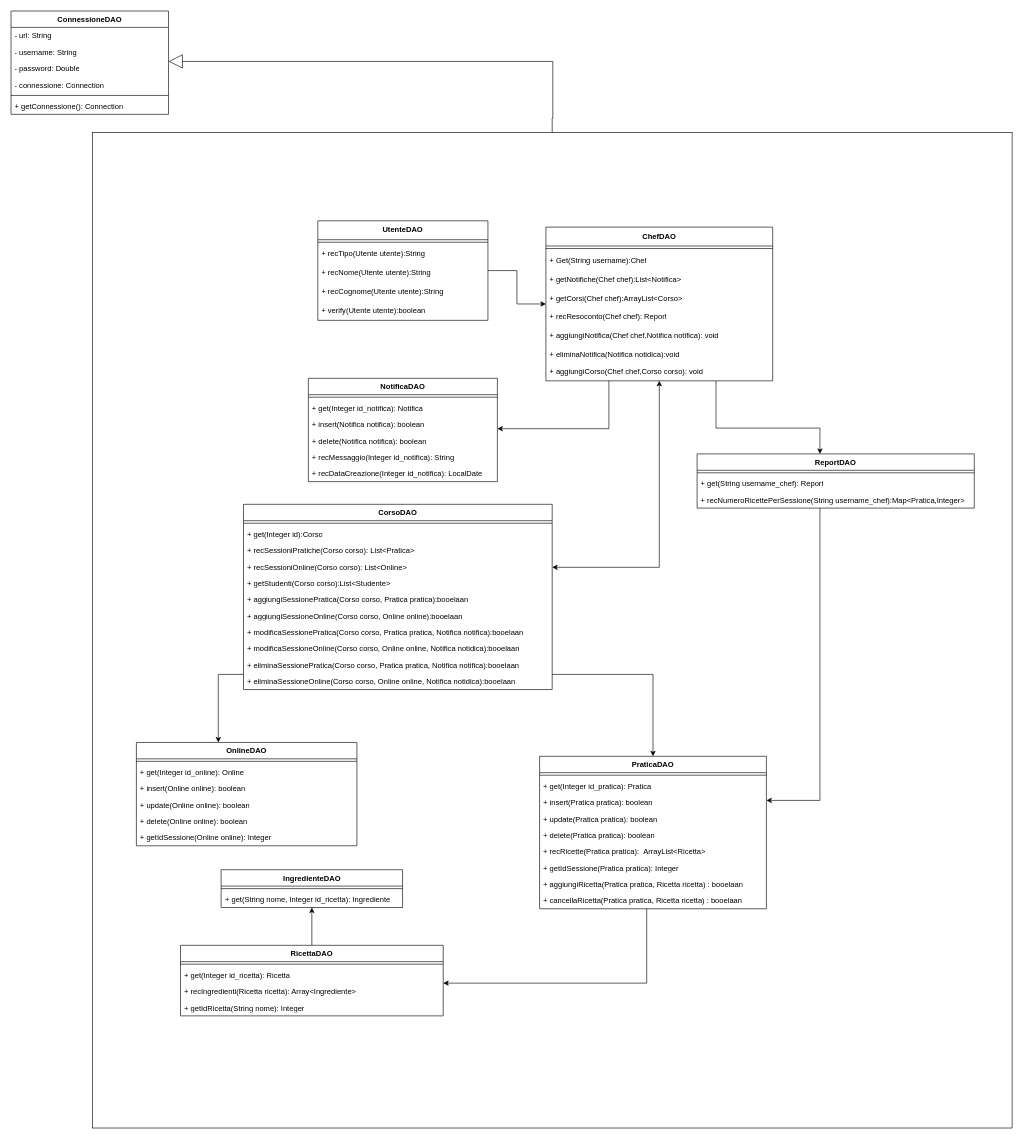
Before: page "dao" (2 of 3) of obj/uml/UML1.drawio in MetisWastaken/UninaFoodLab, a draw.io diagram. Source tidied: cells renumbered, new cells numbered last; positions are measured from the earlier drawing's top-left corner, leaving out a move shared by most shapes. Both pictures are drawn from the tidied source at 63%, with x=0, y=0 at pixel (11, 11).
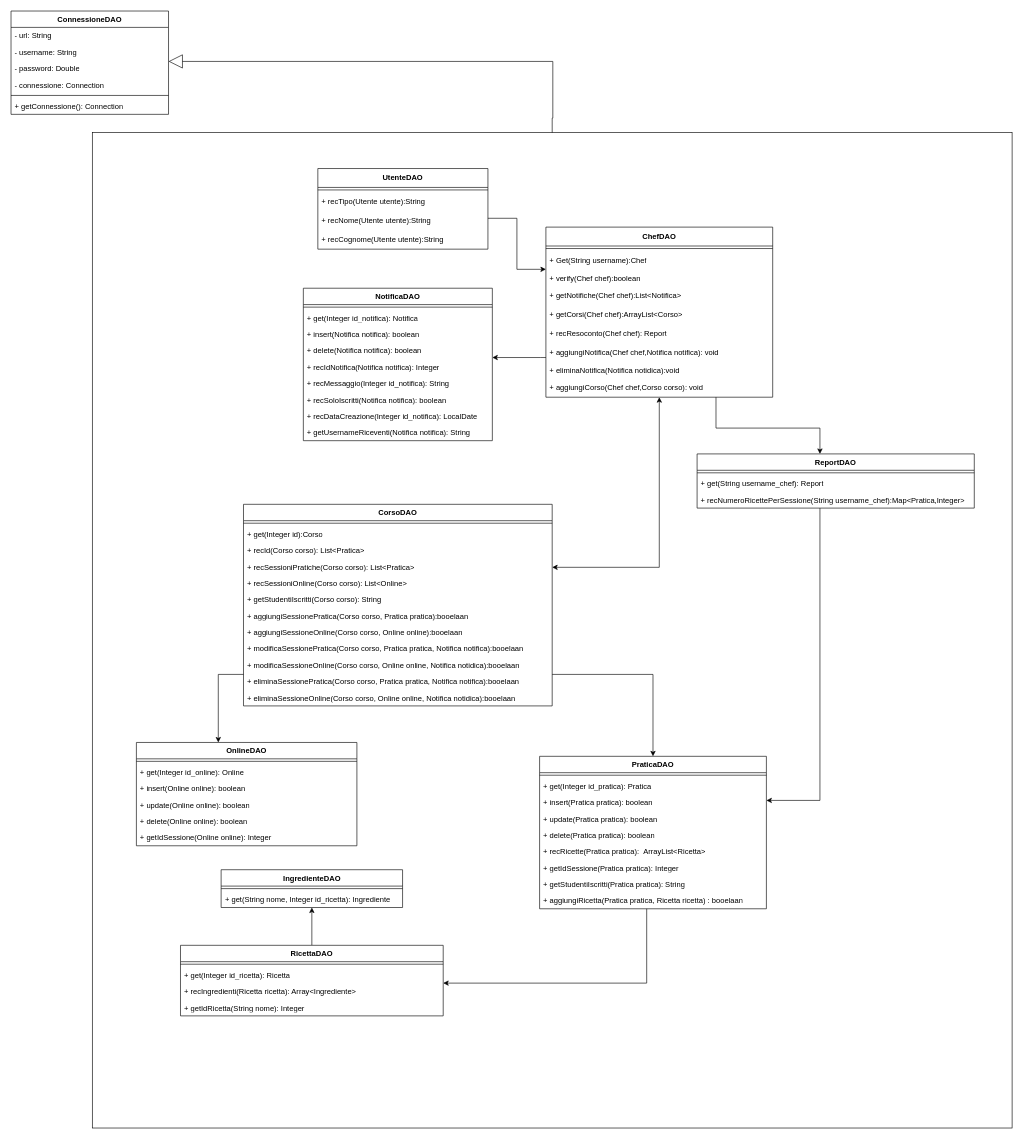
The same diagram, later.

The change refers to these unchanged cells:
```xml
<mxCell id="28" value="PraticaDAO" style="swimlane;align=center;verticalAlign=top;horizontal=1;startSize=26;whiteSpace=wrap;html=1;" parent="1" vertex="1">
  <mxGeometry x="839" y="1183" width="360" height="242" as="geometry" />
</mxCell>
```

What changed in the source:
```diff
@@
+    <mxCell id="83" value="+ getStudentiIscritti(Pratica pratica): String" style="text;strokeColor=none;fillColor=none;align=left;verticalAlign=top;spacingLeft=4;spacingRight=4;overflow=hidden;whiteSpace=wrap;html=1;" parent="28" vertex="1">
+      <mxGeometry y="190" width="360" height="26" as="geometry" />
+    </mxCell>
     <mxCell id="36" value="+ aggiungiRicetta(Pratica pratica, Ricetta ricetta) : booelaan" style="text;strokeColor=none;fillColor=none;align=left;verticalAlign=top;spacingLeft=4;spacingRight=4;overflow=hidden;whiteSpace=wrap;html=1;" parent="28" vertex="1">
-      <mxGeometry y="190" width="360" height="26" as="geometry" />
+      <mxGeometry y="216" width="360" height="26" as="geometry" />
     </mxCell>
-    <mxCell id="37" value="+ cancellaRicetta(Pratica pratica, Ricetta ricetta) : booelaan" style="text;strokeColor=none;fillColor=none;align=left;verticalAlign=top;spacingLeft=4;spacingRight=4;overflow=hidden;whiteSpace=wrap;html=1;" parent="28" vertex="1">
-      <mxGeometry y="216" width="360" height="26" as="geometry" />
-    </mxCell>
@@
     <mxCell id="41" value="CorsoDAO" style="swimlane;align=center;verticalAlign=top;horizontal=1;startSize=26;whiteSpace=wrap;html=1;" parent="1" vertex="1">
-      <mxGeometry x="369" y="783" width="490" height="294" as="geometry" />
+      <mxGeometry x="369" y="783" width="490" height="320" as="geometry" />
     </mxCell>
@@
+    <mxCell id="84" value="+ recId(Corso corso): List&amp;lt;Pratica&amp;gt;" style="text;strokeColor=none;fillColor=none;align=left;verticalAlign=top;spacingLeft=4;spacingRight=4;overflow=hidden;whiteSpace=wrap;html=1;" parent="41" vertex="1">
+      <mxGeometry y="60" width="490" height="26" as="geometry" />
+    </mxCell>
     <mxCell id="44" value="+ recSessioniPratiche(Corso corso): List&amp;lt;Pratica&amp;gt;" style="text;strokeColor=none;fillColor=none;align=left;verticalAlign=top;spacingLeft=4;spacingRight=4;overflow=hidden;whiteSpace=wrap;html=1;" parent="41" vertex="1">
-      <mxGeometry y="60" width="490" height="26" as="geometry" />
+      <mxGeometry y="86" width="490" height="26" as="geometry" />
     </mxCell>
     <mxCell id="45" value="+ recSessioniOnline(Corso corso): List&amp;lt;Online&amp;gt;" style="text;strokeColor=none;fillColor=none;align=left;verticalAlign=top;spacingLeft=4;spacingRight=4;overflow=hidden;whiteSpace=wrap;html=1;" parent="41" vertex="1">
-      <mxGeometry y="86" width="490" height="26" as="geometry" />
+      <mxGeometry y="112" width="490" height="26" as="geometry" />
     </mxCell>
-    <mxCell id="46" value="+ getStudenti(Corso corso):List&amp;lt;Studente&amp;gt;" style="text;strokeColor=none;fillColor=none;align=left;verticalAlign=top;spacingLeft=4;spacingRight=4;overflow=hidden;whiteSpace=wrap;html=1;" parent="41" vertex="1">
-      <mxGeometry y="112" width="490" height="26" as="geometry" />
-    </mxCell>
+    <mxCell id="85" value="+ getStudentiIscritti(Corso corso): String" style="text;strokeColor=none;fillColor=none;align=left;verticalAlign=top;spacingLeft=4;spacingRight=4;overflow=hidden;whiteSpace=wrap;html=1;" parent="41" vertex="1">
+      <mxGeometry y="138" width="490" height="26" as="geometry" />
+    </mxCell>
     <mxCell id="47" value="+ aggiungiSessionePratica(Corso corso, Pratica pratica):booelaan" style="text;strokeColor=none;fillColor=none;align=left;verticalAlign=top;spacingLeft=4;spacingRight=4;overflow=hidden;whiteSpace=wrap;html=1;" parent="41" vertex="1">
-      <mxGeometry y="138" width="490" height="26" as="geometry" />
+      <mxGeometry y="164" width="490" height="26" as="geometry" />
     </mxCell>
     <mxCell id="48" value="+ aggiungiSessioneOnline(Corso corso,&amp;nbsp;Online online):booelaan" style="text;strokeColor=none;fillColor=none;align=left;verticalAlign=top;spacingLeft=4;spacingRight=4;overflow=hidden;whiteSpace=wrap;html=1;" parent="41" vertex="1">
-      <mxGeometry y="164" width="490" height="26" as="geometry" />
+      <mxGeometry y="190" width="490" height="26" as="geometry" />
     </mxCell>
     <mxCell id="49" value="+ modificaSessionePratica(Corso corso,&amp;nbsp;Pratica pratica, Notifica notifica):booelaan" style="text;strokeColor=none;fillColor=none;align=left;verticalAlign=top;spacingLeft=4;spacingRight=4;overflow=hidden;whiteSpace=wrap;html=1;" parent="41" vertex="1">
-      <mxGeometry y="190" width="490" height="26" as="geometry" />
+      <mxGeometry y="216" width="490" height="26" as="geometry" />
     </mxCell>
     <mxCell id="50" value="+ modificaSessioneOnline(Corso corso,&amp;nbsp;Online online, Notifica notidica):booelaan" style="text;strokeColor=none;fillColor=none;align=left;verticalAlign=top;spacingLeft=4;spacingRight=4;overflow=hidden;whiteSpace=wrap;html=1;" parent="41" vertex="1">
-      <mxGeometry y="216" width="490" height="26" as="geometry" />
+      <mxGeometry y="242" width="490" height="26" as="geometry" />
     </mxCell>
     <mxCell id="51" value="+ eliminaSessionePratica(Corso corso,&amp;nbsp;Pratica pratica, Notifica notifica):booelaan" style="text;strokeColor=none;fillColor=none;align=left;verticalAlign=top;spacingLeft=4;spacingRight=4;overflow=hidden;whiteSpace=wrap;html=1;" parent="41" vertex="1">
-      <mxGeometry y="242" width="490" height="26" as="geometry" />
+      <mxGeometry y="268" width="490" height="26" as="geometry" />
     </mxCell>
     <mxCell id="52" value="+ eliminaSessioneOnline(Corso corso,&amp;nbsp;Online online, Notifica notidica):booelaan" style="text;strokeColor=none;fillColor=none;align=left;verticalAlign=top;spacingLeft=4;spacingRight=4;overflow=hidden;whiteSpace=wrap;html=1;" parent="41" vertex="1">
-      <mxGeometry y="268" width="490" height="26" as="geometry" />
+      <mxGeometry y="294" width="490" height="26" as="geometry" />
     </mxCell>
     <mxCell id="53" value="NotificaDAO" style="swimlane;align=center;verticalAlign=top;horizontal=1;startSize=26;whiteSpace=wrap;html=1;" parent="1" vertex="1">
-      <mxGeometry x="472" y="583" width="300" height="164" as="geometry" />
+      <mxGeometry x="464" y="440" width="300" height="242" as="geometry" />
     </mxCell>
@@
+    <mxCell id="86" value="+ recIdNotifica(Notifica notifica): Integer" style="text;strokeColor=none;fillColor=none;align=left;verticalAlign=top;spacingLeft=4;spacingRight=4;overflow=hidden;whiteSpace=wrap;html=1;" parent="53" vertex="1">
+      <mxGeometry y="112" width="300" height="26" as="geometry" />
+    </mxCell>
     <mxCell id="58" value="+ recMessaggio(Integer id_notifica): String" style="text;strokeColor=none;fillColor=none;align=left;verticalAlign=top;spacingLeft=4;spacingRight=4;overflow=hidden;whiteSpace=wrap;html=1;" parent="53" vertex="1">
-      <mxGeometry y="112" width="300" height="26" as="geometry" />
+      <mxGeometry y="138" width="300" height="26" as="geometry" />
     </mxCell>
+    <mxCell id="87" value="+ recSoloIscritti(Notifica notifica): boolean" style="text;strokeColor=none;fillColor=none;align=left;verticalAlign=top;spacingLeft=4;spacingRight=4;overflow=hidden;whiteSpace=wrap;html=1;" parent="53" vertex="1">
+      <mxGeometry y="164" width="300" height="26" as="geometry" />
+    </mxCell>
     <mxCell id="59" value="+ recDataCreazione(Integer id_notifica): LocalDate" style="text;strokeColor=none;fillColor=none;align=left;verticalAlign=top;spacingLeft=4;spacingRight=4;overflow=hidden;whiteSpace=wrap;html=1;" parent="53" vertex="1">
-      <mxGeometry y="138" width="300" height="26" as="geometry" />
+      <mxGeometry y="190" width="300" height="26" as="geometry" />
     </mxCell>
+    <mxCell id="88" value="+ getUsernameRiceventi(Notifica notifica): String" style="text;strokeColor=none;fillColor=none;align=left;verticalAlign=top;spacingLeft=4;spacingRight=4;overflow=hidden;whiteSpace=wrap;html=1;" parent="53" vertex="1">
+      <mxGeometry y="216" width="300" height="26" as="geometry" />
+    </mxCell>
@@
     <mxCell id="65" style="edgeStyle=orthogonalEdgeStyle;rounded=0;jettySize=auto;html=1;" parent="1" edge="1" source="66" target="74">
-      <mxGeometry relative="1" as="geometry" />
+      <mxGeometry relative="1" as="geometry">
+        <Array as="points">
+          <mxPoint x="803" y="329" />
+          <mxPoint x="803" y="410" />
+        </Array>
+      </mxGeometry>
     </mxCell>
     <mxCell id="66" value="&lt;b&gt;UtenteDAO&lt;/b&gt;" style="swimlane;fontStyle=0;horizontal=1;startSize=30;whiteSpace=wrap;html=1;" parent="1" vertex="1">
-      <mxGeometry x="487" y="333" width="270" height="158" as="geometry" />
+      <mxGeometry x="487" y="250" width="270" height="128" as="geometry" />
     </mxCell>
@@
-    <mxCell id="71" value="+ verify(Utente utente):boolean" style="text;strokeColor=none;fillColor=none;align=left;verticalAlign=middle;spacingLeft=4;spacingRight=4;overflow=hidden;whiteSpace=wrap;html=1;" parent="66" vertex="1">
-      <mxGeometry y="128" width="270" height="30" as="geometry" />
-    </mxCell>
     <mxCell id="72" style="edgeStyle=orthogonalEdgeStyle;rounded=0;jettySize=auto;html=1;" parent="1" edge="1" source="74" target="53">
       <mxGeometry relative="1" as="geometry">
         <Array as="points">
-          <mxPoint x="949" y="663" />
+          <mxPoint x="840" y="550" />
+          <mxPoint x="840" y="550" />
         </Array>
       </mxGeometry>
     </mxCell>
@@
     <mxCell id="74" value="&lt;b&gt;ChefDAO&lt;/b&gt;" style="swimlane;fontStyle=0;horizontal=1;startSize=30;whiteSpace=wrap;html=1;" parent="1" vertex="1">
-      <mxGeometry x="849" y="343" width="360" height="244" as="geometry" />
+      <mxGeometry x="849" y="343" width="360" height="270" as="geometry" />
     </mxCell>
@@
+    <mxCell id="89" value="+ verify(Chef chef):boolean" style="text;strokeColor=none;fillColor=none;align=left;verticalAlign=top;spacingLeft=4;spacingRight=4;overflow=hidden;whiteSpace=wrap;html=1;" parent="74" vertex="1">
+      <mxGeometry y="68" width="360" height="26" as="geometry" />
+    </mxCell>
     <mxCell id="77" value="+ getNotifiche(Chef chef):List&amp;lt;Notifica&amp;gt;" style="text;strokeColor=none;fillColor=none;align=left;verticalAlign=middle;spacingLeft=4;spacingRight=4;overflow=hidden;whiteSpace=wrap;html=1;" parent="74" vertex="1">
-      <mxGeometry y="68" width="360" height="30" as="geometry" />
+      <mxGeometry y="94" width="360" height="30" as="geometry" />
     </mxCell>
     <mxCell id="78" value="+ getCorsi(Chef chef):ArrayList&amp;lt;Corso&amp;gt;" style="text;strokeColor=none;fillColor=none;align=left;verticalAlign=middle;spacingLeft=4;spacingRight=4;overflow=hidden;whiteSpace=wrap;html=1;" parent="74" vertex="1">
-      <mxGeometry y="98" width="360" height="30" as="geometry" />
+      <mxGeometry y="124" width="360" height="30" as="geometry" />
     </mxCell>
     <mxCell id="79" value="+ recResoconto(Chef chef): Report" style="text;strokeColor=none;fillColor=none;align=left;verticalAlign=middle;spacingLeft=4;spacingRight=4;overflow=hidden;whiteSpace=wrap;html=1;" parent="74" vertex="1">
-      <mxGeometry y="128" width="360" height="30" as="geometry" />
+      <mxGeometry y="154" width="360" height="30" as="geometry" />
     </mxCell>
     <mxCell id="80" value="+ aggiungiNotifica(Chef chef,Notifica notifica): void" style="text;strokeColor=none;fillColor=none;align=left;verticalAlign=middle;spacingLeft=4;spacingRight=4;overflow=hidden;whiteSpace=wrap;html=1;" parent="74" vertex="1">
-      <mxGeometry y="158" width="360" height="30" as="geometry" />
+      <mxGeometry y="184" width="360" height="30" as="geometry" />
     </mxCell>
     <mxCell id="81" value="+ eliminaNotifica(Notifica notidica):void" style="text;strokeColor=none;fillColor=none;align=left;verticalAlign=top;spacingLeft=4;spacingRight=4;overflow=hidden;whiteSpace=wrap;html=1;" parent="74" vertex="1">
-      <mxGeometry y="188" width="360" height="26" as="geometry" />
+      <mxGeometry y="214" width="360" height="26" as="geometry" />
     </mxCell>
     <mxCell id="82" value="+ aggiungiCorso(Chef chef,Corso corso): void" style="text;strokeColor=none;fillColor=none;align=left;verticalAlign=middle;spacingLeft=4;spacingRight=4;overflow=hidden;whiteSpace=wrap;html=1;" parent="74" vertex="1">
-      <mxGeometry y="214" width="360" height="30" as="geometry" />
+      <mxGeometry y="240" width="360" height="30" as="geometry" />
     </mxCell>
```
